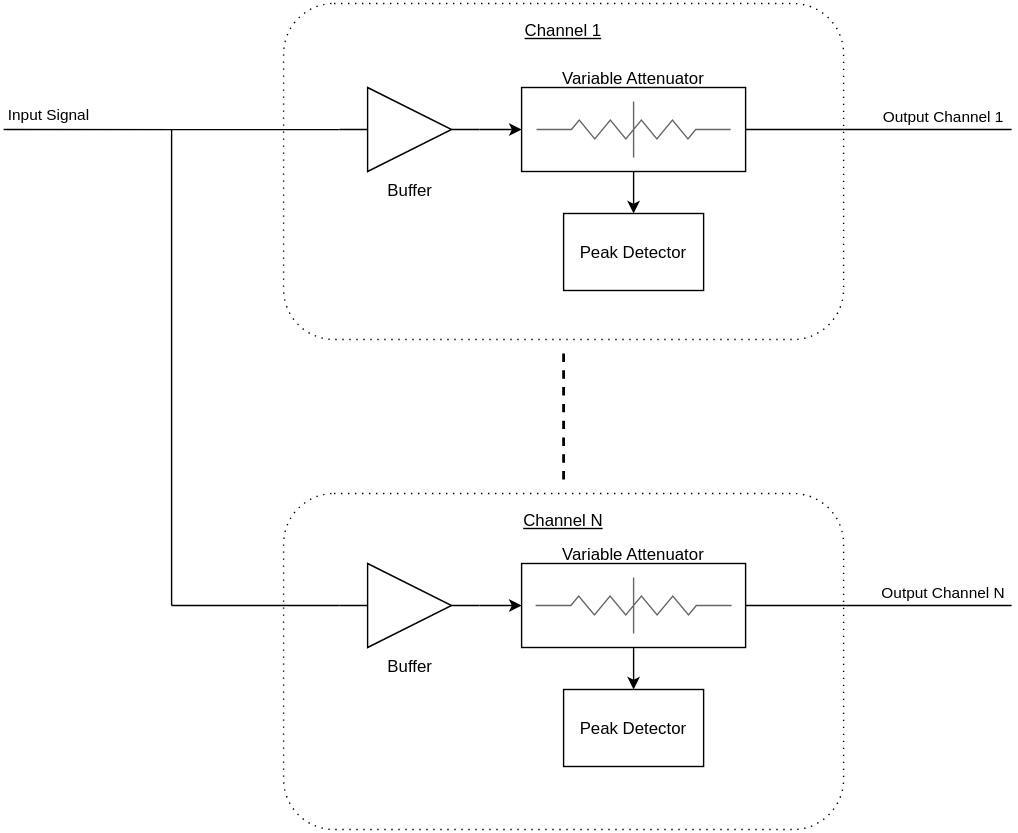
Earlier version of the draw.io export ActiveSplitterPedal/RevD/SOIC14/docs/systemdesign/SplitterBlockDiagram.svg (cracked-machine/ActiveSplitterPedalWithAnalogPeakDetector_HW). Source tidied: cells renumbered, new cells last; positions are measured from the earlier drawing's top-left corner, leaving out a move shared by most shapes.
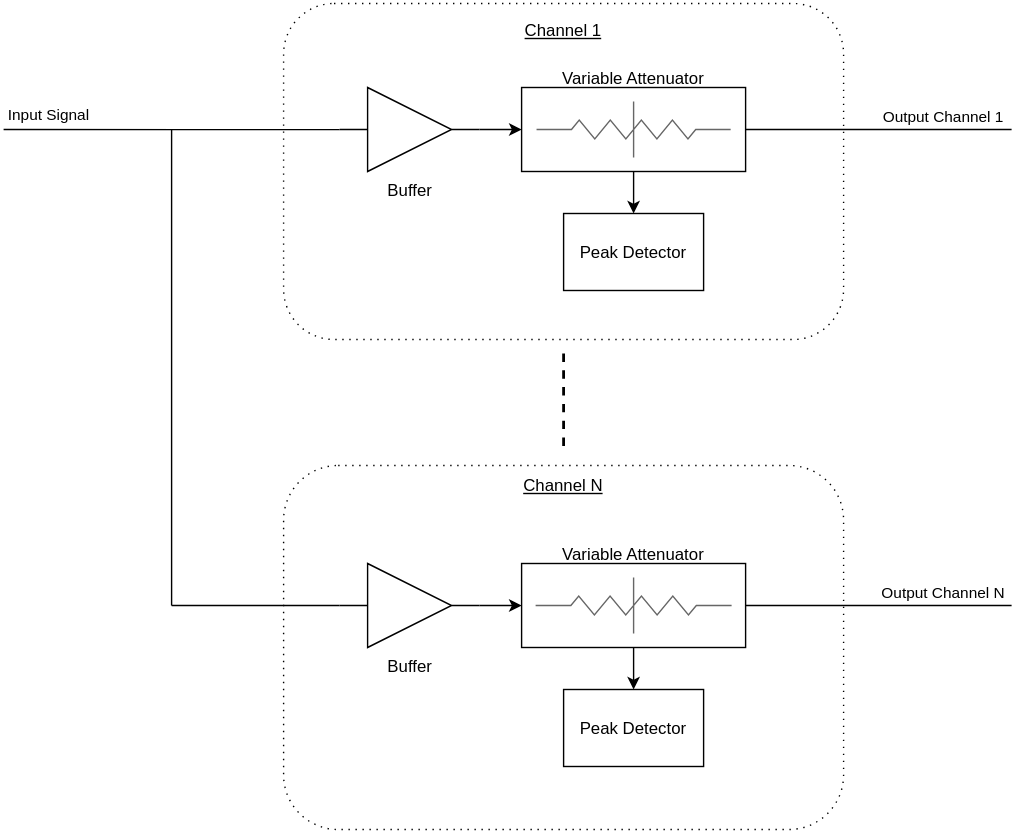
Above is the later version.

Change to the diagram source:
```diff
@@ -5,7 +5,7 @@
     <mxCell id="2" style="edgeStyle=orthogonalEdgeStyle;rounded=0;orthogonalLoop=1;jettySize=auto;html=1;startArrow=none;startFill=0;endArrow=none;endFill=0;dashed=1;strokeWidth=2;" parent="1" edge="1">
       <mxGeometry relative="1" as="geometry">
         <mxPoint x="400" y="250" as="sourcePoint" />
-        <mxPoint x="400" y="340" as="targetPoint" />
+        <mxPoint x="400" y="320" as="targetPoint" />
       </mxGeometry>
     </mxCell>
     <mxCell id="3" value="&lt;div&gt;&lt;u&gt;Channel&amp;nbsp;1&lt;/u&gt;&lt;/div&gt;&lt;div&gt;&lt;br&gt;&lt;/div&gt;&lt;div&gt;&lt;br&gt;&lt;/div&gt;&lt;div&gt;&lt;br&gt;&lt;/div&gt;&lt;div&gt;&lt;br&gt;&lt;/div&gt;&lt;div&gt;&lt;br&gt;&lt;/div&gt;&lt;div&gt;&lt;br&gt;&lt;/div&gt;&lt;div&gt;&lt;br&gt;&lt;/div&gt;&lt;div&gt;&lt;br&gt;&lt;/div&gt;&lt;div&gt;&lt;br&gt;&lt;/div&gt;&lt;div&gt;&lt;br&gt;&lt;/div&gt;&lt;div&gt;&lt;br&gt;&lt;/div&gt;&lt;div&gt;&lt;br&gt;&lt;/div&gt;&lt;div&gt;&lt;br&gt;&lt;/div&gt;&lt;div&gt;&lt;br&gt;&lt;/div&gt;" style="shape=rect;html=1;rounded=1;whiteSpace=wrap;align=center;dashed=1;dashPattern=1 4;" parent="1" vertex="1">
@@ -57,8 +57,8 @@
         <mxPoint x="120" y="430" as="targetPoint" />
       </mxGeometry>
     </mxCell>
-    <mxCell id="15" value="&lt;div&gt;&lt;u&gt;Channel N&lt;br&gt;&lt;/u&gt;&lt;/div&gt;&lt;div&gt;&lt;br&gt;&lt;/div&gt;&lt;div&gt;&lt;br&gt;&lt;/div&gt;&lt;div&gt;&lt;br&gt;&lt;/div&gt;&lt;div&gt;&lt;br&gt;&lt;/div&gt;&lt;div&gt;&lt;br&gt;&lt;/div&gt;&lt;div&gt;&lt;br&gt;&lt;/div&gt;&lt;div&gt;&lt;br&gt;&lt;/div&gt;&lt;div&gt;&lt;br&gt;&lt;/div&gt;&lt;div&gt;&lt;br&gt;&lt;/div&gt;&lt;div&gt;&lt;br&gt;&lt;/div&gt;&lt;div&gt;&lt;br&gt;&lt;/div&gt;&lt;div&gt;&lt;br&gt;&lt;/div&gt;&lt;div&gt;&lt;br&gt;&lt;/div&gt;&lt;div&gt;&lt;br&gt;&lt;/div&gt;" style="shape=rect;html=1;rounded=1;whiteSpace=wrap;align=center;dashed=1;dashPattern=1 4;" parent="1" vertex="1">
-      <mxGeometry x="200" y="350" width="400" height="240" as="geometry" />
+    <mxCell id="15" value="&lt;div&gt;&lt;u&gt;Channel N&lt;br&gt;&lt;/u&gt;&lt;/div&gt;&lt;div&gt;&lt;br&gt;&lt;/div&gt;&lt;div&gt;&lt;br&gt;&lt;/div&gt;&lt;div&gt;&lt;br&gt;&lt;/div&gt;&lt;div&gt;&lt;br&gt;&lt;/div&gt;&lt;div&gt;&lt;br&gt;&lt;/div&gt;&lt;div&gt;&lt;br&gt;&lt;/div&gt;&lt;div&gt;&lt;br&gt;&lt;/div&gt;&lt;div&gt;&lt;br&gt;&lt;/div&gt;&lt;div&gt;&lt;br&gt;&lt;/div&gt;&lt;div&gt;&lt;br&gt;&lt;/div&gt;&lt;div&gt;&lt;br&gt;&lt;/div&gt;&lt;div&gt;&lt;br&gt;&lt;/div&gt;&lt;div&gt;&lt;br&gt;&lt;/div&gt;&lt;div&gt;&lt;br&gt;&lt;/div&gt;&lt;div&gt;&lt;br&gt;&lt;/div&gt;&lt;div&gt;&lt;br&gt;&lt;/div&gt;" style="shape=rect;html=1;rounded=1;whiteSpace=wrap;align=center;dashed=1;dashPattern=1 4;" parent="1" vertex="1">
+      <mxGeometry x="200" y="330" width="400" height="260" as="geometry" />
     </mxCell>
     <mxCell id="16" style="edgeStyle=orthogonalEdgeStyle;rounded=0;jettySize=auto;html=1;exitX=1;exitY=0.5;exitDx=0;exitDy=0;entryX=0;entryY=0.5;entryDx=0;entryDy=0;endArrow=classic;endFill=1;" parent="1" edge="1" source="17" target="19">
       <mxGeometry relative="1" as="geometry" />
```
